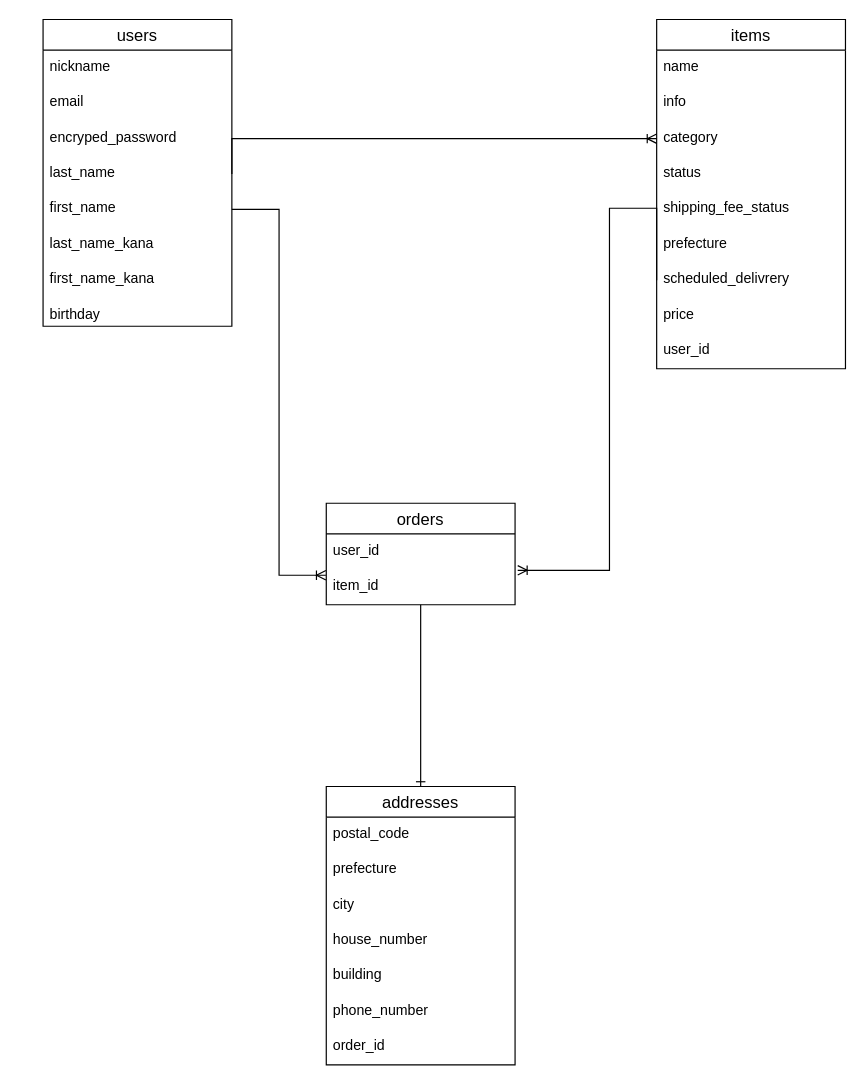
This is test.dio from hoshico/furima-35252, a draw.io file, before an edit. Source tidied: cells renumbered, new cells numbered last; positions are measured from the earlier drawing's top-left corner, leaving out a move shared by most shapes. Both pictures are drawn from the tidied source at 118%, with x=0, y=0 at pixel (19, 19).
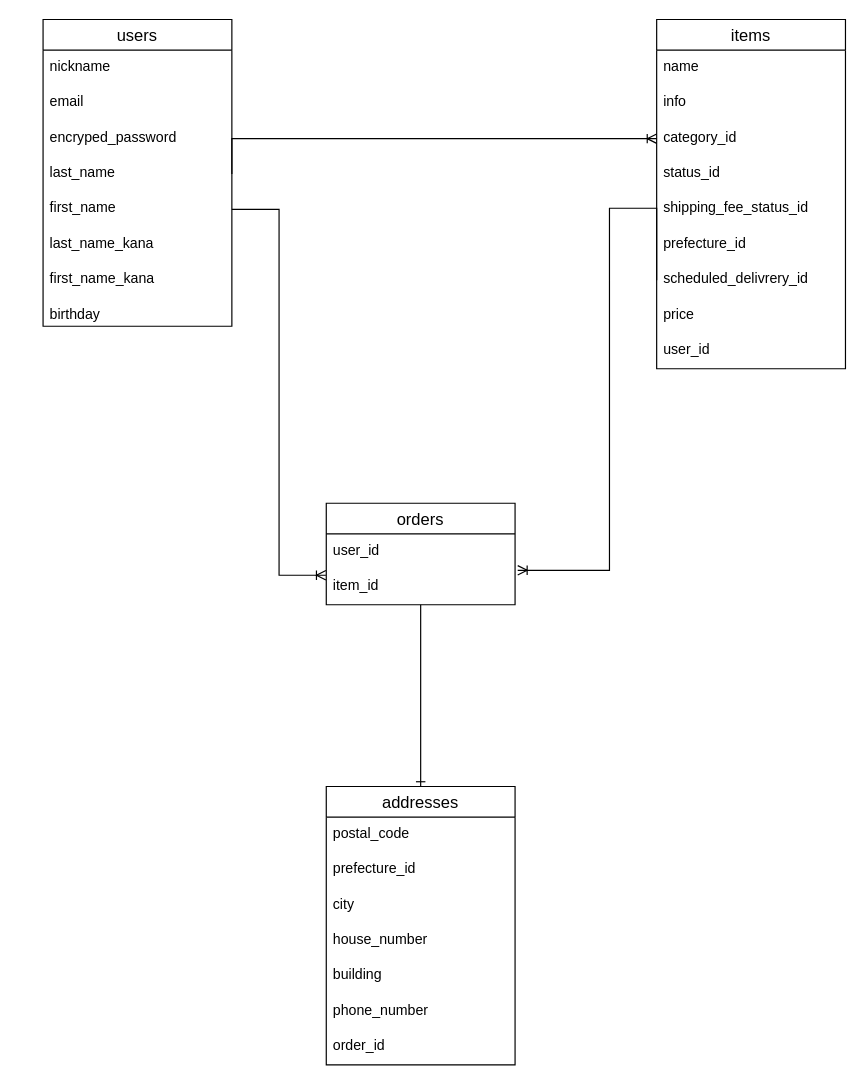
After the change.

Unchanged cells that the change refers to:
```xml
<mxCell id="13" value="items" style="swimlane;fontStyle=0;horizontal=1;startSize=26;align=center;fontSize=14;strokeWidth=1;" parent="1" vertex="1">
  <mxGeometry x="540" width="160" height="296" as="geometry" />
</mxCell>
<mxCell id="23" value="addresses" style="swimlane;fontStyle=0;horizontal=1;startSize=26;align=center;fontSize=14;strokeWidth=1;" parent="1" vertex="1">
  <mxGeometry x="260" y="650" width="160" height="236" as="geometry" />
</mxCell>
```

The edit, as a diff of the source:
```diff
@@
-    <mxCell id="16" value="category" style="text;strokeColor=none;fillColor=none;spacingLeft=4;spacingRight=4;overflow=hidden;points=[[0,0.5],[1,0.5]];portConstraint=eastwest;fontSize=12;" parent="13" vertex="1">
+    <mxCell id="16" value="category_id" style="text;strokeColor=none;fillColor=none;spacingLeft=4;spacingRight=4;overflow=hidden;points=[[0,0.5],[1,0.5]];portConstraint=eastwest;fontSize=12;" parent="13" vertex="1">
       <mxGeometry y="86" width="160" height="30" as="geometry" />
     </mxCell>
-    <mxCell id="17" value="status" style="text;strokeColor=none;fillColor=none;spacingLeft=4;spacingRight=4;overflow=hidden;fontSize=12;" parent="13" vertex="1">
+    <mxCell id="17" value="status_id" style="text;strokeColor=none;fillColor=none;spacingLeft=4;spacingRight=4;overflow=hidden;fontSize=12;" parent="13" vertex="1">
       <mxGeometry y="116" width="160" height="30" as="geometry" />
     </mxCell>
-    <mxCell id="18" value="shipping_fee_status" style="text;strokeColor=none;fillColor=none;spacingLeft=4;spacingRight=4;overflow=hidden;fontSize=12;" parent="13" vertex="1">
+    <mxCell id="18" value="shipping_fee_status_id" style="text;strokeColor=none;fillColor=none;spacingLeft=4;spacingRight=4;overflow=hidden;fontSize=12;" parent="13" vertex="1">
       <mxGeometry y="146" width="160" height="30" as="geometry" />
     </mxCell>
-    <mxCell id="19" value="prefecture" style="text;strokeColor=none;fillColor=none;spacingLeft=4;spacingRight=4;overflow=hidden;fontSize=12;" parent="13" vertex="1">
+    <mxCell id="19" value="prefecture_id" style="text;strokeColor=none;fillColor=none;spacingLeft=4;spacingRight=4;overflow=hidden;fontSize=12;" parent="13" vertex="1">
       <mxGeometry y="176" width="160" height="30" as="geometry" />
     </mxCell>
-    <mxCell id="20" value="scheduled_delivrery" style="text;strokeColor=none;fillColor=none;spacingLeft=4;spacingRight=4;overflow=hidden;points=[[0,0.5],[1,0.5]];portConstraint=eastwest;fontSize=12;" parent="13" vertex="1">
+    <mxCell id="20" value="scheduled_delivrery_id" style="text;strokeColor=none;fillColor=none;spacingLeft=4;spacingRight=4;overflow=hidden;points=[[0,0.5],[1,0.5]];portConstraint=eastwest;fontSize=12;" parent="13" vertex="1">
       <mxGeometry y="206" width="160" height="30" as="geometry" />
     </mxCell>
@@
-    <mxCell id="25" value="prefecture" style="text;strokeColor=none;fillColor=none;spacingLeft=4;spacingRight=4;overflow=hidden;fontSize=12;" parent="23" vertex="1">
+    <mxCell id="25" value="prefecture_id" style="text;strokeColor=none;fillColor=none;spacingLeft=4;spacingRight=4;overflow=hidden;fontSize=12;" parent="23" vertex="1">
       <mxGeometry y="56" width="160" height="30" as="geometry" />
     </mxCell>
```
